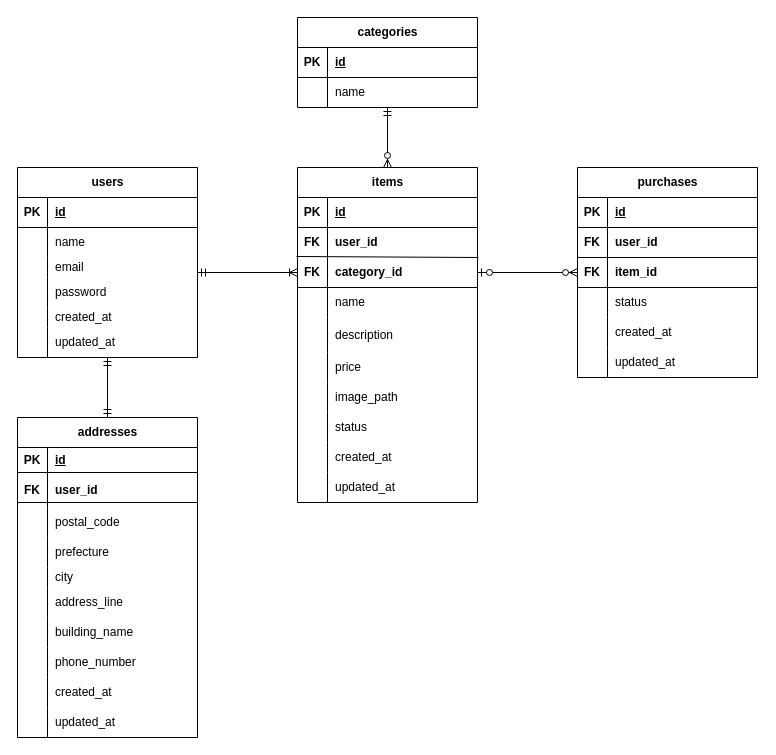
hikaru-jp/furima-coachtech keeps this draw.io diagram as furima_ERdiagram.drawio. Above is the earlier version. Source tidied: cells renumbered, new cells numbered last; positions are measured from the earlier drawing's top-left corner, leaving out a move shared by most shapes. Both pictures are drawn from the tidied source at 100%, with x=0, y=0 at pixel (17, 17).
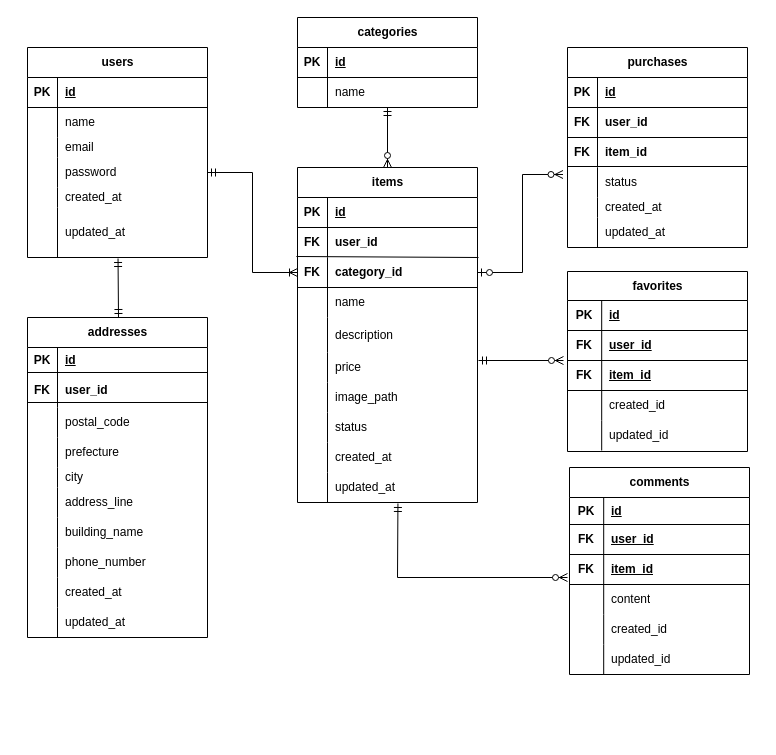
The same diagram, later.

Unchanged cells that the change refers to:
```xml
<mxCell id="9" style="shape=tableRow;horizontal=0;startSize=0;swimlaneHead=0;swimlaneBody=0;fillColor=none;points=[[0,0.5],[1,0.5]];portConstraint=eastwest;top=0;left=0;right=0;bottom=0;" parent="2" vertex="1">
  <mxGeometry y="90" width="180" height="30" as="geometry" />
</mxCell>
<mxCell id="12" style="shape=tableRow;horizontal=0;startSize=0;swimlaneHead=0;swimlaneBody=0;fillColor=none;points=[[0,0.5],[1,0.5]];portConstraint=eastwest;top=0;left=0;right=0;bottom=0;" parent="2" vertex="1">
  <mxGeometry y="120" width="180" height="30" as="geometry" />
</mxCell>
<mxCell id="31" style="shape=tableRow;horizontal=0;startSize=0;swimlaneHead=0;swimlaneBody=0;fillColor=none;points=[[0,0.5],[1,0.5]];portConstraint=eastwest;top=0;left=0;right=0;bottom=0;" parent="21" vertex="1">
  <mxGeometry y="110" width="180" height="30" as="geometry" />
</mxCell>
<mxCell id="55" style="shape=tableRow;horizontal=0;startSize=0;swimlaneHead=0;swimlaneBody=0;fillColor=none;points=[[0,0.5],[1,0.5]];portConstraint=eastwest;top=0;left=0;right=0;bottom=0;" parent="48" vertex="1">
  <mxGeometry y="90" width="180" height="30" as="geometry" />
</mxCell>
<mxCell id="76" style="shape=tableRow;horizontal=0;startSize=0;swimlaneHead=0;swimlaneBody=0;fillColor=none;points=[[0,0.5],[1,0.5]];portConstraint=eastwest;top=0;left=0;right=0;bottom=0;" parent="48" vertex="1">
  <mxGeometry y="305" width="180" height="30" as="geometry" />
</mxCell>
<mxCell id="84" style="shape=tableRow;horizontal=0;startSize=0;swimlaneHead=0;swimlaneBody=0;fillColor=none;points=[[0,0.5],[1,0.5]];portConstraint=eastwest;top=0;left=0;right=0;bottom=0;" parent="80" vertex="1">
  <mxGeometry y="55" width="180" height="35" as="geometry" />
</mxCell>
```

What changed in the source:
```diff
@@
-<mxGraphModel>
+<mxGraphModel background="#FFFFFF">
@@
     <mxCell id="2" value="purchases" style="shape=table;startSize=30;childLayout=tableLayout;rowLines=0;fontStyle=1;align=center;html=1;" parent="1" vertex="1">
-      <mxGeometry x="560" y="150" width="180" height="210" as="geometry" />
+      <mxGeometry x="550" y="30" width="180" height="200" as="geometry" />
     </mxCell>
@@
     <mxCell id="15" style="shape=tableRow;horizontal=0;startSize=0;swimlaneHead=0;swimlaneBody=0;fillColor=none;top=0;left=0;right=0;bottom=0;" parent="2" vertex="1">
-      <mxGeometry y="150" width="180" height="30" as="geometry" />
+      <mxGeometry y="150" width="180" height="20" as="geometry" />
     </mxCell>
     <mxCell id="16" style="shape=partialRectangle;fillColor=none;top=0;left=0;bottom=0;right=0;overflow=hidden;whiteSpace=wrap;html=1;" parent="15" vertex="1">
-      <mxGeometry width="30" height="30" as="geometry" />
+      <mxGeometry width="30" height="20" as="geometry" />
     </mxCell>
     <mxCell id="17" value="created_at" style="shape=partialRectangle;fillColor=none;top=0;left=0;bottom=0;right=0;align=left;spacingLeft=6;overflow=hidden;whiteSpace=wrap;html=1;" parent="15" vertex="1">
-      <mxGeometry x="30" width="150" height="30" as="geometry" />
+      <mxGeometry x="30" width="150" height="20" as="geometry" />
     </mxCell>
     <mxCell id="18" style="shape=tableRow;horizontal=0;startSize=0;swimlaneHead=0;swimlaneBody=0;fillColor=none;top=0;left=0;right=0;bottom=0;" parent="2" vertex="1">
-      <mxGeometry y="180" width="180" height="30" as="geometry" />
+      <mxGeometry y="170" width="180" height="30" as="geometry" />
     </mxCell>
@@
+    <mxCell id="113" style="endArrow=none;html=1;rounded=0;entryX=0.997;entryY=-0.033;entryDx=0;entryDy=0;entryPerimeter=0;" parent="2" edge="1" target="12">
+      <mxGeometry relative="1" as="geometry">
+        <mxPoint y="119" as="sourcePoint" />
+      </mxGeometry>
+    </mxCell>
     <mxCell id="21" value="users" style="shape=table;startSize=30;childLayout=tableLayout;rowLines=0;fontStyle=1;align=center;html=1;" parent="1" vertex="1">
-      <mxGeometry y="150" width="180" height="190" as="geometry" />
+      <mxGeometry x="10" y="30" width="180" height="210" as="geometry" />
     </mxCell>
@@
     <mxCell id="37" style="shape=tableRow;horizontal=0;startSize=0;swimlaneHead=0;swimlaneBody=0;fillColor=none;points=[[0,0.5],[1,0.5]];portConstraint=eastwest;top=0;left=0;right=0;bottom=0;" parent="21" vertex="1">
-      <mxGeometry y="160" width="180" height="30" as="geometry" />
+      <mxGeometry y="160" width="180" height="50" as="geometry" />
     </mxCell>
     <mxCell id="38" style="shape=partialRectangle;fillColor=none;top=0;left=0;bottom=0;right=0;overflow=hidden;whiteSpace=wrap;html=1;" parent="37" vertex="1">
-      <mxGeometry width="30" height="30" as="geometry" />
+      <mxGeometry width="30" height="50" as="geometry" />
     </mxCell>
     <mxCell id="39" value="updated_at" style="shape=partialRectangle;fillColor=none;top=0;left=0;bottom=0;right=0;align=left;spacingLeft=6;overflow=hidden;whiteSpace=wrap;html=1;" parent="37" vertex="1">
-      <mxGeometry x="30" width="150" height="30" as="geometry" />
+      <mxGeometry x="30" width="150" height="50" as="geometry" />
     </mxCell>
@@
     <mxCell id="80" value="addresses" style="shape=table;startSize=30;childLayout=tableLayout;rowLines=0;fontStyle=1;align=center;html=1;" parent="1" vertex="1">
-      <mxGeometry y="400" width="180" height="320" as="geometry" />
+      <mxGeometry x="10" y="300" width="180" height="320" as="geometry" />
     </mxCell>
@@
+    <mxCell id="115" style="endArrow=none;html=1;rounded=0;exitX=0.003;exitY=0.857;exitDx=0;exitDy=0;exitPerimeter=0;" parent="80" edge="1" source="84">
+      <mxGeometry relative="1" as="geometry">
+        <mxPoint x="180" y="85" as="targetPoint" />
+      </mxGeometry>
+    </mxCell>
-    <mxCell id="111" style="fontSize=12;html=1;endArrow=ERmandOne;startArrow=ERmandOne;rounded=0;" parent="1" edge="1" source="80">
+    <mxCell id="111" style="fontSize=12;html=1;endArrow=ERmandOne;startArrow=ERmandOne;rounded=0;entryX=0.503;entryY=1.02;entryDx=0;entryDy=0;entryPerimeter=0;" parent="1" edge="1" target="37">
       <mxGeometry relative="1" as="geometry">
-        <mxPoint x="90" y="340" as="targetPoint" />
+        <mxPoint x="101" y="300" as="sourcePoint" />
       </mxGeometry>
     </mxCell>
     <mxCell id="112" style="endArrow=none;html=1;rounded=0;" parent="1" edge="1">
       <mxGeometry relative="1" as="geometry">
-        <mxPoint x="560" y="240" as="sourcePoint" />
-        <mxPoint x="740" y="240" as="targetPoint" />
+        <mxPoint x="550" y="120" as="sourcePoint" />
+        <mxPoint x="730" y="120" as="targetPoint" />
       </mxGeometry>
     </mxCell>
-    <mxCell id="113" style="endArrow=none;html=1;rounded=0;" parent="1" edge="1">
-      <mxGeometry relative="1" as="geometry">
-        <mxPoint x="560" y="270" as="sourcePoint" />
-        <mxPoint x="740" y="270" as="targetPoint" />
-      </mxGeometry>
-    </mxCell>
@@
-    <mxCell id="115" style="endArrow=none;html=1;rounded=0;" parent="1" edge="1">
-      <mxGeometry relative="1" as="geometry">
-        <mxPoint y="485" as="sourcePoint" />
-        <mxPoint x="180" y="485" as="targetPoint" />
-      </mxGeometry>
-    </mxCell>
-    <mxCell id="116" style="fontSize=12;html=1;endArrow=ERoneToMany;startArrow=ERmandOne;rounded=0;entryX=0;entryY=0.5;entryDx=0;entryDy=0;" parent="1" edge="1" target="55">
-      <mxGeometry relative="1" as="geometry">
-        <mxPoint x="180" y="255" as="sourcePoint" />
-      </mxGeometry>
+    <mxCell id="116" style="fontSize=12;html=1;endArrow=ERoneToMany;startArrow=ERmandOne;rounded=0;entryX=0;entryY=0.5;entryDx=0;entryDy=0;exitX=1;exitY=0.5;exitDx=0;exitDy=0;edgeStyle=orthogonalEdgeStyle;" parent="1" edge="1" source="31" target="55">
+      <mxGeometry relative="1" as="geometry" />
     </mxCell>
-    <mxCell id="117" style="fontSize=12;html=1;endArrow=ERzeroToMany;startArrow=ERzeroToOne;rounded=0;entryX=0;entryY=0.5;entryDx=0;entryDy=0;exitX=1;exitY=0.5;exitDx=0;exitDy=0;" parent="1" edge="1" source="55" target="9">
+    <mxCell id="117" style="fontSize=12;html=1;endArrow=ERzeroToMany;startArrow=ERzeroToOne;rounded=0;entryX=-0.025;entryY=0.233;entryDx=0;entryDy=0;exitX=1;exitY=0.5;exitDx=0;exitDy=0;edgeStyle=orthogonalEdgeStyle;entryPerimeter=0;" parent="1" edge="1" source="55" target="12">
       <mxGeometry relative="1" as="geometry" />
     </mxCell>
+    <mxCell id="118" value="comments" style="shape=table;startSize=30;childLayout=tableLayout;rowLines=0;fontStyle=1;align=center;html=1;" parent="1" vertex="1">
+      <mxGeometry x="552" y="450" width="180" height="207" as="geometry" />
+    </mxCell>
+    <mxCell id="119" style="shape=tableRow;horizontal=0;startSize=0;swimlaneHead=0;swimlaneBody=0;fillColor=none;top=0;left=0;right=0;bottom=1;" parent="118" vertex="1">
+      <mxGeometry y="30" width="180" height="27" as="geometry" />
+    </mxCell>
+    <mxCell id="120" value="PK" style="shape=partialRectangle;fillColor=none;top=0;left=0;bottom=0;right=0;fontStyle=1;overflow=hidden;whiteSpace=wrap;html=1;" parent="119" vertex="1">
+      <mxGeometry width="34.2" height="27" as="geometry" />
+    </mxCell>
+    <mxCell id="121" value="id" style="shape=partialRectangle;fillColor=none;top=0;left=0;bottom=0;right=0;align=left;spacingLeft=6;fontStyle=5;overflow=hidden;whiteSpace=wrap;html=1;" parent="119" vertex="1">
+      <mxGeometry x="34.2" width="145.8" height="27" as="geometry" />
+    </mxCell>
+    <mxCell id="122" style="shape=tableRow;horizontal=0;startSize=0;swimlaneHead=0;swimlaneBody=0;fillColor=none;top=0;left=0;right=0;bottom=1;" parent="118" vertex="1">
+      <mxGeometry y="57" width="180" height="30" as="geometry" />
+    </mxCell>
+    <mxCell id="123" value="FK" style="shape=partialRectangle;fillColor=none;top=0;left=0;bottom=0;right=0;fontStyle=1;overflow=hidden;whiteSpace=wrap;html=1;" parent="122" vertex="1">
+      <mxGeometry width="34.2" height="30" as="geometry" />
+    </mxCell>
+    <mxCell id="124" value="user_id" style="shape=partialRectangle;fillColor=none;top=0;left=0;bottom=0;right=0;align=left;spacingLeft=6;fontStyle=5;overflow=hidden;whiteSpace=wrap;html=1;" parent="122" vertex="1">
+      <mxGeometry x="34.2" width="145.8" height="30" as="geometry" />
+    </mxCell>
+    <mxCell id="125" style="shape=tableRow;horizontal=0;startSize=0;swimlaneHead=0;swimlaneBody=0;fillColor=none;top=0;left=0;right=0;bottom=1;" parent="118" vertex="1">
+      <mxGeometry y="87" width="180" height="30" as="geometry" />
+    </mxCell>
+    <mxCell id="126" value="FK" style="shape=partialRectangle;fillColor=none;top=0;left=0;bottom=0;right=0;fontStyle=1;overflow=hidden;whiteSpace=wrap;html=1;" parent="125" vertex="1">
+      <mxGeometry width="34.2" height="30" as="geometry" />
+    </mxCell>
+    <mxCell id="127" value="item_id" style="shape=partialRectangle;fillColor=none;top=0;left=0;bottom=0;right=0;align=left;spacingLeft=6;fontStyle=5;overflow=hidden;whiteSpace=wrap;html=1;" parent="125" vertex="1">
+      <mxGeometry x="34.2" width="145.8" height="30" as="geometry" />
+    </mxCell>
+    <mxCell id="128" style="shape=tableRow;horizontal=0;startSize=0;swimlaneHead=0;swimlaneBody=0;fillColor=none;top=0;left=0;right=0;bottom=0;" parent="118" vertex="1">
+      <mxGeometry y="117" width="180" height="30" as="geometry" />
+    </mxCell>
+    <mxCell id="129" style="shape=partialRectangle;fillColor=none;top=0;left=0;bottom=0;right=0;overflow=hidden;whiteSpace=wrap;html=1;" parent="128" vertex="1">
+      <mxGeometry width="34.2" height="30" as="geometry" />
+    </mxCell>
+    <mxCell id="130" value="content" style="shape=partialRectangle;fillColor=none;top=0;left=0;bottom=0;right=0;align=left;spacingLeft=6;overflow=hidden;whiteSpace=wrap;html=1;" parent="128" vertex="1">
+      <mxGeometry x="34.2" width="145.8" height="30" as="geometry" />
+    </mxCell>
+    <mxCell id="131" style="shape=tableRow;horizontal=0;startSize=0;swimlaneHead=0;swimlaneBody=0;fillColor=none;top=0;left=0;right=0;bottom=0;" parent="118" vertex="1">
+      <mxGeometry y="147" width="180" height="30" as="geometry" />
+    </mxCell>
+    <mxCell id="132" style="shape=partialRectangle;fillColor=none;top=0;left=0;bottom=0;right=0;overflow=hidden;whiteSpace=wrap;html=1;" parent="131" vertex="1">
+      <mxGeometry width="34.2" height="30" as="geometry" />
+    </mxCell>
+    <mxCell id="133" value="created_id" style="shape=partialRectangle;fillColor=none;top=0;left=0;bottom=0;right=0;align=left;spacingLeft=6;overflow=hidden;whiteSpace=wrap;html=1;" parent="131" vertex="1">
+      <mxGeometry x="34.2" width="145.8" height="30" as="geometry" />
+    </mxCell>
+    <mxCell id="134" style="shape=tableRow;horizontal=0;startSize=0;swimlaneHead=0;swimlaneBody=0;fillColor=none;top=0;left=0;right=0;bottom=0;" parent="118" vertex="1">
+      <mxGeometry y="177" width="180" height="30" as="geometry" />
+    </mxCell>
+    <mxCell id="135" style="shape=partialRectangle;fillColor=none;top=0;left=0;bottom=0;right=0;overflow=hidden;whiteSpace=wrap;html=1;" parent="134" vertex="1">
+      <mxGeometry width="34.2" height="30" as="geometry" />
+    </mxCell>
+    <mxCell id="136" value="updated_id" style="shape=partialRectangle;fillColor=none;top=0;left=0;bottom=0;right=0;align=left;spacingLeft=6;overflow=hidden;whiteSpace=wrap;html=1;" parent="134" vertex="1">
+      <mxGeometry x="34.2" width="145.8" height="30" as="geometry" />
+    </mxCell>
+    <mxCell id="137" style="fontSize=12;html=1;endArrow=ERzeroToMany;startArrow=ERmandOne;" parent="1" edge="1">
+      <mxGeometry relative="1" as="geometry">
+        <mxPoint x="461" y="343" as="sourcePoint" />
+        <mxPoint x="546" y="343" as="targetPoint" />
+      </mxGeometry>
+    </mxCell>
+    <mxCell id="138" style="fontSize=12;html=1;endArrow=ERzeroToMany;startArrow=ERmandOne;elbow=vertical;rounded=0;curved=0;exitX=0.558;exitY=1.033;exitDx=0;exitDy=0;exitPerimeter=0;" parent="1" edge="1" source="76">
+      <mxGeometry relative="1" as="geometry">
+        <mxPoint x="550" y="560" as="targetPoint" />
+        <Array as="points">
+          <mxPoint x="380" y="560" />
+        </Array>
+      </mxGeometry>
+    </mxCell>
+    <mxCell id="139" value="favorites" style="shape=table;startSize=29;childLayout=tableLayout;rowLines=0;fontStyle=1;align=center;html=1;" parent="1" vertex="1">
+      <mxGeometry x="550" y="254" width="180" height="180" as="geometry" />
+    </mxCell>
+    <mxCell id="140" style="shape=tableRow;horizontal=0;startSize=0;swimlaneHead=0;swimlaneBody=0;fillColor=none;top=0;left=0;right=0;bottom=1;" parent="139" vertex="1">
+      <mxGeometry y="29" width="180" height="30" as="geometry" />
+    </mxCell>
+    <mxCell id="141" value="PK" style="shape=partialRectangle;fillColor=none;top=0;left=0;bottom=0;right=0;fontStyle=1;overflow=hidden;whiteSpace=wrap;html=1;" parent="140" vertex="1">
+      <mxGeometry width="34.2" height="30" as="geometry" />
+    </mxCell>
+    <mxCell id="142" value="id" style="shape=partialRectangle;fillColor=none;top=0;left=0;bottom=0;right=0;align=left;spacingLeft=6;fontStyle=5;overflow=hidden;whiteSpace=wrap;html=1;" parent="140" vertex="1">
+      <mxGeometry x="34.2" width="145.8" height="30" as="geometry" />
+    </mxCell>
+    <mxCell id="143" style="shape=tableRow;horizontal=0;startSize=0;swimlaneHead=0;swimlaneBody=0;fillColor=none;top=0;left=0;right=0;bottom=1;" parent="139" vertex="1">
+      <mxGeometry y="59" width="180" height="30" as="geometry" />
+    </mxCell>
+    <mxCell id="144" value="FK" style="shape=partialRectangle;fillColor=none;top=0;left=0;bottom=0;right=0;fontStyle=1;overflow=hidden;whiteSpace=wrap;html=1;" parent="143" vertex="1">
+      <mxGeometry width="34.2" height="30" as="geometry" />
+    </mxCell>
+    <mxCell id="145" value="&lt;span style=&quot;color: rgb(0, 0, 0);&quot;&gt;user_id&lt;/span&gt;" style="shape=partialRectangle;fillColor=none;top=0;left=0;bottom=0;right=0;align=left;spacingLeft=6;fontStyle=5;overflow=hidden;whiteSpace=wrap;html=1;" parent="143" vertex="1">
+      <mxGeometry x="34.2" width="145.8" height="30" as="geometry" />
+    </mxCell>
+    <mxCell id="146" style="shape=tableRow;horizontal=0;startSize=0;swimlaneHead=0;swimlaneBody=0;fillColor=none;top=0;left=0;right=0;bottom=1;" parent="139" vertex="1">
+      <mxGeometry y="89" width="180" height="30" as="geometry" />
+    </mxCell>
+    <mxCell id="147" value="FK" style="shape=partialRectangle;fillColor=none;top=0;left=0;bottom=0;right=0;fontStyle=1;overflow=hidden;whiteSpace=wrap;html=1;" parent="146" vertex="1">
+      <mxGeometry width="34.2" height="30" as="geometry" />
+    </mxCell>
+    <mxCell id="148" value="item_id" style="shape=partialRectangle;fillColor=none;top=0;left=0;bottom=0;right=0;align=left;spacingLeft=6;fontStyle=5;overflow=hidden;whiteSpace=wrap;html=1;" parent="146" vertex="1">
+      <mxGeometry x="34.2" width="145.8" height="30" as="geometry" />
+    </mxCell>
+    <mxCell id="149" style="shape=tableRow;horizontal=0;startSize=0;swimlaneHead=0;swimlaneBody=0;fillColor=none;top=0;left=0;right=0;bottom=0;" parent="139" vertex="1">
+      <mxGeometry y="119" width="180" height="30" as="geometry" />
+    </mxCell>
+    <mxCell id="150" style="shape=partialRectangle;fillColor=none;top=0;left=0;bottom=0;right=0;overflow=hidden;whiteSpace=wrap;html=1;" parent="149" vertex="1">
+      <mxGeometry width="34.2" height="30" as="geometry" />
+    </mxCell>
+    <mxCell id="151" value="created_id" style="shape=partialRectangle;fillColor=none;top=0;left=0;bottom=0;right=0;align=left;spacingLeft=6;overflow=hidden;whiteSpace=wrap;html=1;" parent="149" vertex="1">
+      <mxGeometry x="34.2" width="145.8" height="30" as="geometry" />
+    </mxCell>
+    <mxCell id="152" style="shape=tableRow;horizontal=0;startSize=0;swimlaneHead=0;swimlaneBody=0;fillColor=none;top=0;left=0;right=0;bottom=0;" parent="139" vertex="1">
+      <mxGeometry y="149" width="180" height="30" as="geometry" />
+    </mxCell>
+    <mxCell id="153" style="shape=partialRectangle;fillColor=none;top=0;left=0;bottom=0;right=0;overflow=hidden;whiteSpace=wrap;html=1;" parent="152" vertex="1">
+      <mxGeometry width="34.2" height="30" as="geometry" />
+    </mxCell>
+    <mxCell id="154" value="updated_id" style="shape=partialRectangle;fillColor=none;top=0;left=0;bottom=0;right=0;align=left;spacingLeft=6;overflow=hidden;whiteSpace=wrap;html=1;" parent="152" vertex="1">
+      <mxGeometry x="34.2" width="145.8" height="30" as="geometry" />
+    </mxCell>
```
